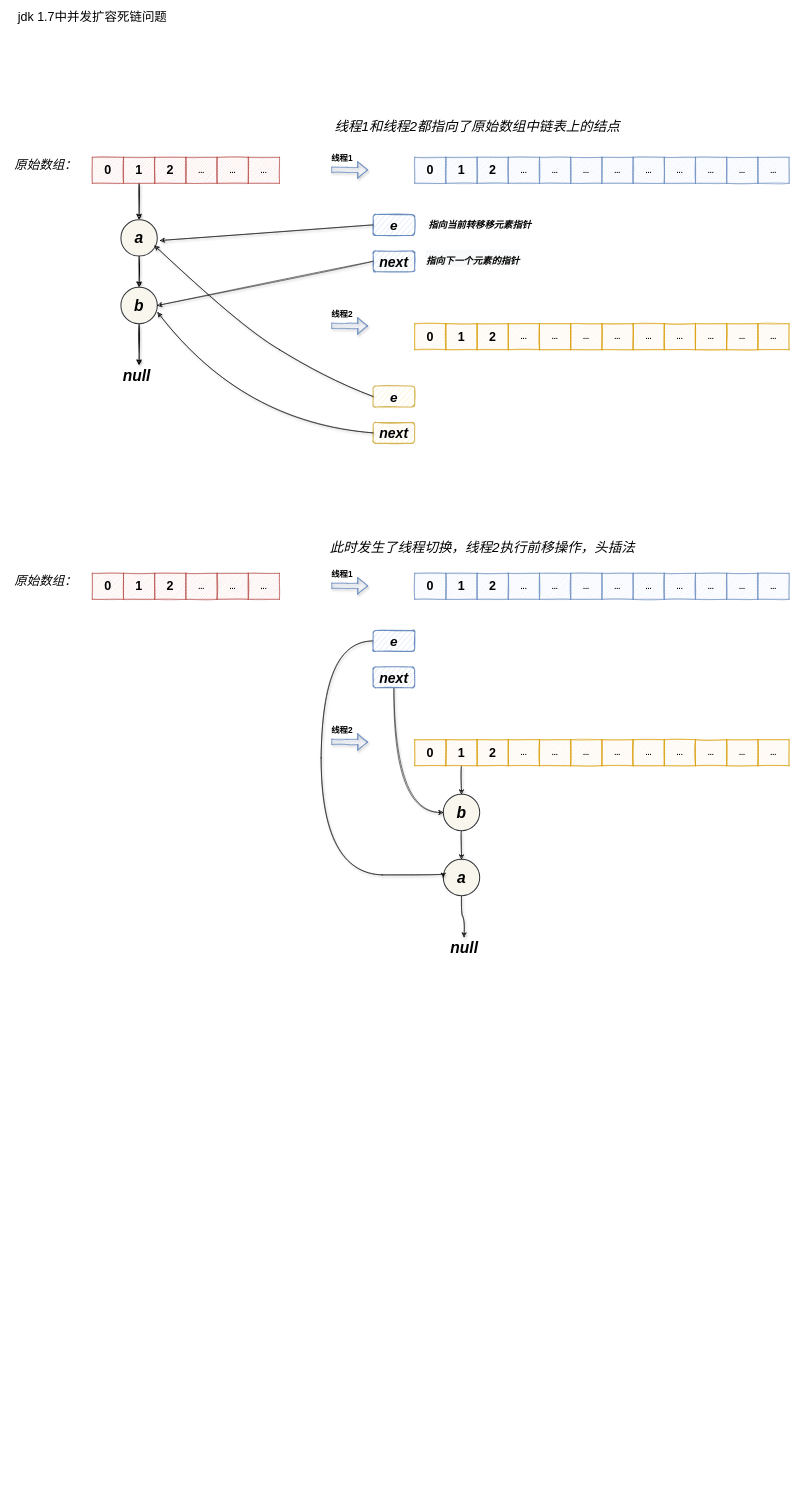
Above: HashMap扩容死链.drawio in Bukayoooo/Draws (draw.io), before the change. Source tidied: cells renumbered, new cells numbered last; positions are measured from the earlier drawing's top-left corner, leaving out a move shared by most shapes. Both pictures are drawn from the tidied source at 52%, with x=0, y=0 at pixel (9, 9).
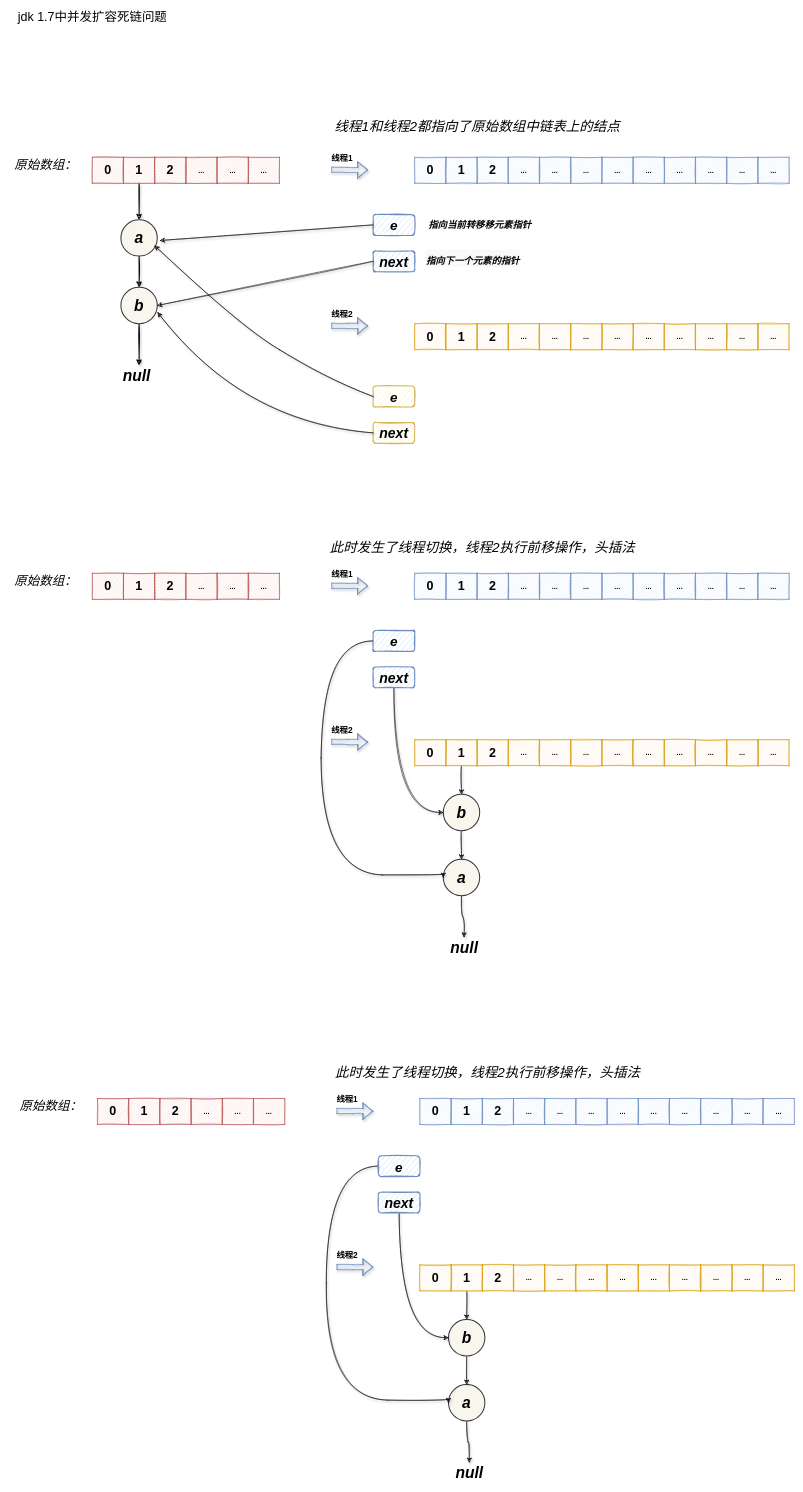
The same diagram, later.

What changed in the source:
```diff
@@
+    <mxCell id="101" value="&lt;font style=&quot;font-size: 24px;&quot;&gt;&lt;b style=&quot;&quot;&gt;0&lt;/b&gt;&lt;/font&gt;" style="rounded=0;whiteSpace=wrap;html=1;fillColor=#f8cecc;strokeColor=#b85450;shadow=0;sketch=1;" parent="1" vertex="1">
+      <mxGeometry x="170" y="2095" width="60" height="50" as="geometry" />
+    </mxCell>
+    <mxCell id="102" value="&lt;b style=&quot;&quot;&gt;&lt;font style=&quot;font-size: 24px;&quot;&gt;1&lt;/font&gt;&lt;/b&gt;" style="rounded=0;whiteSpace=wrap;html=1;fillColor=#f8cecc;strokeColor=#b85450;shadow=0;sketch=1;" parent="1" vertex="1">
+      <mxGeometry x="230" y="2095" width="60" height="50" as="geometry" />
+    </mxCell>
+    <mxCell id="103" value="&lt;b style=&quot;&quot;&gt;&lt;font style=&quot;font-size: 24px;&quot;&gt;2&lt;/font&gt;&lt;/b&gt;" style="rounded=0;whiteSpace=wrap;html=1;fillColor=#f8cecc;strokeColor=#b85450;shadow=0;sketch=1;" parent="1" vertex="1">
+      <mxGeometry x="290" y="2095" width="60" height="50" as="geometry" />
+    </mxCell>
+    <mxCell id="104" value="&lt;font style=&quot;font-size: 14px;&quot;&gt;&lt;b&gt;...&lt;/b&gt;&lt;/font&gt;" style="rounded=0;whiteSpace=wrap;html=1;fillColor=#f8cecc;strokeColor=#b85450;shadow=0;sketch=1;" parent="1" vertex="1">
+      <mxGeometry x="350" y="2095" width="60" height="50" as="geometry" />
+    </mxCell>
+    <mxCell id="105" value="&lt;b style=&quot;font-size: 14px;&quot;&gt;...&lt;/b&gt;" style="rounded=0;whiteSpace=wrap;html=1;fillColor=#f8cecc;strokeColor=#b85450;shadow=0;sketch=1;" parent="1" vertex="1">
+      <mxGeometry x="410" y="2095" width="60" height="50" as="geometry" />
+    </mxCell>
+    <mxCell id="106" value="&lt;b style=&quot;font-size: 14px;&quot;&gt;...&lt;/b&gt;" style="rounded=0;whiteSpace=wrap;html=1;fillColor=#f8cecc;strokeColor=#b85450;shadow=0;sketch=1;" parent="1" vertex="1">
+      <mxGeometry x="470" y="2095" width="60" height="50" as="geometry" />
+    </mxCell>
+    <mxCell id="107" value="&lt;i&gt;原始数组：&lt;/i&gt;" style="text;html=1;align=center;verticalAlign=middle;strokeColor=none;fillColor=none;fontSize=24;" parent="1" vertex="1">
+      <mxGeometry x="10" y="2095" width="140" height="30" as="geometry" />
+    </mxCell>
+    <mxCell id="108" value="&lt;font style=&quot;font-size: 24px;&quot;&gt;&lt;b style=&quot;&quot;&gt;0&lt;/b&gt;&lt;/font&gt;" style="rounded=0;whiteSpace=wrap;html=1;fillColor=#dae8fc;strokeColor=#6c8ebf;sketch=1;" parent="1" vertex="1">
+      <mxGeometry x="790" y="2095" width="60" height="50" as="geometry" />
+    </mxCell>
+    <mxCell id="109" value="&lt;b style=&quot;&quot;&gt;&lt;font style=&quot;font-size: 24px;&quot;&gt;1&lt;/font&gt;&lt;/b&gt;" style="rounded=0;whiteSpace=wrap;html=1;fillColor=#dae8fc;strokeColor=#6c8ebf;sketch=1;" parent="1" vertex="1">
+      <mxGeometry x="850" y="2095" width="60" height="50" as="geometry" />
+    </mxCell>
+    <mxCell id="110" value="&lt;b style=&quot;&quot;&gt;&lt;font style=&quot;font-size: 24px;&quot;&gt;2&lt;/font&gt;&lt;/b&gt;" style="rounded=0;whiteSpace=wrap;html=1;fillColor=#dae8fc;strokeColor=#6c8ebf;sketch=1;" parent="1" vertex="1">
+      <mxGeometry x="910" y="2095" width="60" height="50" as="geometry" />
+    </mxCell>
+    <mxCell id="111" value="&lt;font style=&quot;font-size: 14px;&quot;&gt;&lt;b&gt;...&lt;/b&gt;&lt;/font&gt;" style="rounded=0;whiteSpace=wrap;html=1;fillColor=#dae8fc;strokeColor=#6c8ebf;sketch=1;" parent="1" vertex="1">
+      <mxGeometry x="970" y="2095" width="60" height="50" as="geometry" />
+    </mxCell>
+    <mxCell id="112" value="&lt;b style=&quot;font-size: 14px;&quot;&gt;...&lt;/b&gt;" style="rounded=0;whiteSpace=wrap;html=1;fillColor=#dae8fc;strokeColor=#6c8ebf;sketch=1;" parent="1" vertex="1">
+      <mxGeometry x="1030" y="2095" width="60" height="50" as="geometry" />
+    </mxCell>
+    <mxCell id="113" value="&lt;b style=&quot;font-size: 14px;&quot;&gt;...&lt;/b&gt;" style="rounded=0;whiteSpace=wrap;html=1;fillColor=#dae8fc;strokeColor=#6c8ebf;sketch=1;" parent="1" vertex="1">
+      <mxGeometry x="1090" y="2095" width="60" height="50" as="geometry" />
+    </mxCell>
+    <mxCell id="114" value="&lt;font style=&quot;font-size: 14px;&quot;&gt;&lt;b&gt;...&lt;/b&gt;&lt;/font&gt;" style="rounded=0;whiteSpace=wrap;html=1;fillColor=#dae8fc;strokeColor=#6c8ebf;sketch=1;" parent="1" vertex="1">
+      <mxGeometry x="1150" y="2095" width="60" height="50" as="geometry" />
+    </mxCell>
+    <mxCell id="115" value="&lt;b style=&quot;font-size: 14px;&quot;&gt;...&lt;/b&gt;" style="rounded=0;whiteSpace=wrap;html=1;fillColor=#dae8fc;strokeColor=#6c8ebf;sketch=1;" parent="1" vertex="1">
+      <mxGeometry x="1210" y="2095" width="60" height="50" as="geometry" />
+    </mxCell>
+    <mxCell id="116" value="&lt;b style=&quot;font-size: 14px;&quot;&gt;...&lt;/b&gt;" style="rounded=0;whiteSpace=wrap;html=1;fillColor=#dae8fc;strokeColor=#6c8ebf;sketch=1;" parent="1" vertex="1">
+      <mxGeometry x="1270" y="2095" width="60" height="50" as="geometry" />
+    </mxCell>
+    <mxCell id="117" value="&lt;font style=&quot;font-size: 14px;&quot;&gt;&lt;b&gt;...&lt;/b&gt;&lt;/font&gt;" style="rounded=0;whiteSpace=wrap;html=1;fillColor=#dae8fc;strokeColor=#6c8ebf;sketch=1;" parent="1" vertex="1">
+      <mxGeometry x="1330" y="2095" width="60" height="50" as="geometry" />
+    </mxCell>
+    <mxCell id="118" value="&lt;b style=&quot;font-size: 14px;&quot;&gt;...&lt;/b&gt;" style="rounded=0;whiteSpace=wrap;html=1;fillColor=#dae8fc;strokeColor=#6c8ebf;sketch=1;" parent="1" vertex="1">
+      <mxGeometry x="1390" y="2095" width="60" height="50" as="geometry" />
+    </mxCell>
+    <mxCell id="119" value="&lt;b style=&quot;font-size: 14px;&quot;&gt;...&lt;/b&gt;" style="rounded=0;whiteSpace=wrap;html=1;fillColor=#dae8fc;strokeColor=#6c8ebf;sketch=1;" parent="1" vertex="1">
+      <mxGeometry x="1450" y="2095" width="60" height="50" as="geometry" />
+    </mxCell>
+    <mxCell id="120" value="&lt;font style=&quot;font-size: 24px;&quot;&gt;&lt;b style=&quot;&quot;&gt;0&lt;/b&gt;&lt;/font&gt;" style="rounded=0;whiteSpace=wrap;html=1;fillColor=#ffe6cc;strokeColor=#d79b00;sketch=1;" parent="1" vertex="1">
+      <mxGeometry x="790" y="2415" width="60" height="50" as="geometry" />
+    </mxCell>
+    <mxCell id="121" style="edgeStyle=orthogonalEdgeStyle;curved=1;rounded=0;sketch=1;jettySize=auto;html=1;shadow=1;fontSize=26;strokeWidth=1;elbow=vertical;" parent="1" edge="1" source="122" target="140">
+      <mxGeometry relative="1" as="geometry" />
+    </mxCell>
+    <mxCell id="122" value="&lt;b style=&quot;&quot;&gt;&lt;font style=&quot;font-size: 24px;&quot;&gt;1&lt;/font&gt;&lt;/b&gt;" style="rounded=0;whiteSpace=wrap;html=1;fillColor=#ffe6cc;strokeColor=#d79b00;sketch=1;" parent="1" vertex="1">
+      <mxGeometry x="850" y="2415" width="60" height="50" as="geometry" />
+    </mxCell>
+    <mxCell id="123" value="&lt;b style=&quot;&quot;&gt;&lt;font style=&quot;font-size: 24px;&quot;&gt;2&lt;/font&gt;&lt;/b&gt;" style="rounded=0;whiteSpace=wrap;html=1;fillColor=#ffe6cc;strokeColor=#d79b00;sketch=1;" parent="1" vertex="1">
+      <mxGeometry x="910" y="2415" width="60" height="50" as="geometry" />
+    </mxCell>
+    <mxCell id="124" value="&lt;font style=&quot;font-size: 14px;&quot;&gt;&lt;b&gt;...&lt;/b&gt;&lt;/font&gt;" style="rounded=0;whiteSpace=wrap;html=1;fillColor=#ffe6cc;strokeColor=#d79b00;sketch=1;" parent="1" vertex="1">
+      <mxGeometry x="970" y="2415" width="60" height="50" as="geometry" />
+    </mxCell>
+    <mxCell id="125" value="&lt;b style=&quot;font-size: 14px;&quot;&gt;...&lt;/b&gt;" style="rounded=0;whiteSpace=wrap;html=1;fillColor=#ffe6cc;strokeColor=#d79b00;sketch=1;" parent="1" vertex="1">
+      <mxGeometry x="1030" y="2415" width="60" height="50" as="geometry" />
+    </mxCell>
+    <mxCell id="126" value="&lt;b style=&quot;font-size: 14px;&quot;&gt;...&lt;/b&gt;" style="rounded=0;whiteSpace=wrap;html=1;fillColor=#ffe6cc;strokeColor=#d79b00;sketch=1;" parent="1" vertex="1">
+      <mxGeometry x="1090" y="2415" width="60" height="50" as="geometry" />
+    </mxCell>
+    <mxCell id="127" value="&lt;font style=&quot;font-size: 14px;&quot;&gt;&lt;b&gt;...&lt;/b&gt;&lt;/font&gt;" style="rounded=0;whiteSpace=wrap;html=1;fillColor=#ffe6cc;strokeColor=#d79b00;sketch=1;" parent="1" vertex="1">
+      <mxGeometry x="1150" y="2415" width="60" height="50" as="geometry" />
+    </mxCell>
+    <mxCell id="128" value="&lt;b style=&quot;font-size: 14px;&quot;&gt;...&lt;/b&gt;" style="rounded=0;whiteSpace=wrap;html=1;fillColor=#ffe6cc;strokeColor=#d79b00;sketch=1;" parent="1" vertex="1">
+      <mxGeometry x="1210" y="2415" width="60" height="50" as="geometry" />
+    </mxCell>
+    <mxCell id="129" value="&lt;b style=&quot;font-size: 14px;&quot;&gt;...&lt;/b&gt;" style="rounded=0;whiteSpace=wrap;html=1;fillColor=#ffe6cc;strokeColor=#d79b00;sketch=1;" parent="1" vertex="1">
+      <mxGeometry x="1270" y="2415" width="60" height="50" as="geometry" />
+    </mxCell>
+    <mxCell id="130" value="&lt;font style=&quot;font-size: 14px;&quot;&gt;&lt;b&gt;...&lt;/b&gt;&lt;/font&gt;" style="rounded=0;whiteSpace=wrap;html=1;fillColor=#ffe6cc;strokeColor=#d79b00;sketch=1;" parent="1" vertex="1">
+      <mxGeometry x="1330" y="2415" width="60" height="50" as="geometry" />
+    </mxCell>
+    <mxCell id="131" value="&lt;b style=&quot;font-size: 14px;&quot;&gt;...&lt;/b&gt;" style="rounded=0;whiteSpace=wrap;html=1;fillColor=#ffe6cc;strokeColor=#d79b00;sketch=1;" parent="1" vertex="1">
+      <mxGeometry x="1390" y="2415" width="60" height="50" as="geometry" />
+    </mxCell>
+    <mxCell id="132" value="&lt;b style=&quot;font-size: 14px;&quot;&gt;...&lt;/b&gt;" style="rounded=0;whiteSpace=wrap;html=1;fillColor=#ffe6cc;strokeColor=#d79b00;sketch=1;" parent="1" vertex="1">
+      <mxGeometry x="1450" y="2415" width="60" height="50" as="geometry" />
+    </mxCell>
+    <mxCell id="133" style="shape=flexArrow;endArrow=classic;html=1;rounded=0;fontSize=24;fillColor=#dae8fc;strokeColor=#6c8ebf;shadow=1;sketch=1;startArrow=none;" parent="1" edge="1">
+      <mxGeometry relative="1" as="geometry">
+        <mxPoint x="630" y="2119" as="sourcePoint" />
+        <mxPoint x="700" y="2119.3" as="targetPoint" />
+        <Array as="points">
+          <mxPoint x="660" y="2119.3" />
+        </Array>
+      </mxGeometry>
+    </mxCell>
+    <mxCell id="134" value="&lt;font style=&quot;font-size: 16px;&quot;&gt;&lt;b&gt;线程1&lt;/b&gt;&lt;/font&gt;" style="text;html=1;align=center;verticalAlign=middle;strokeColor=none;fillColor=none;fontSize=24;sketch=1;" parent="1" vertex="1">
+      <mxGeometry x="620" y="2075" width="60" height="40" as="geometry" />
+    </mxCell>
+    <mxCell id="135" style="shape=flexArrow;endArrow=classic;html=1;rounded=0;fontSize=24;fillColor=#dae8fc;strokeColor=#6c8ebf;shadow=1;sketch=1;startArrow=none;" parent="1" edge="1">
+      <mxGeometry relative="1" as="geometry">
+        <mxPoint x="630" y="2419" as="sourcePoint" />
+        <mxPoint x="700" y="2419.3" as="targetPoint" />
+        <Array as="points">
+          <mxPoint x="660" y="2419.3" />
+        </Array>
+      </mxGeometry>
+    </mxCell>
+    <mxCell id="136" value="&lt;font style=&quot;font-size: 16px;&quot;&gt;&lt;b&gt;线程2&lt;/b&gt;&lt;/font&gt;" style="text;html=1;align=center;verticalAlign=middle;strokeColor=none;fillColor=none;fontSize=24;sketch=1;" parent="1" vertex="1">
+      <mxGeometry x="620" y="2375" width="60" height="40" as="geometry" />
+    </mxCell>
+    <mxCell id="137" style="edgeStyle=orthogonalEdgeStyle;curved=1;rounded=0;sketch=1;jettySize=auto;html=1;shadow=1;fontSize=26;strokeWidth=1;elbow=vertical;" parent="1" edge="1" source="138" target="141">
+      <mxGeometry relative="1" as="geometry" />
+    </mxCell>
+    <mxCell id="138" value="&lt;font style=&quot;font-size: 30px;&quot;&gt;&lt;i&gt;&lt;b&gt;a&lt;/b&gt;&lt;/i&gt;&lt;/font&gt;" style="ellipse;whiteSpace=wrap;html=1;shadow=0;sketch=0;fontSize=16;fillColor=#f9f7ed;strokeWidth=2;strokeColor=#36393d;" parent="1" vertex="1">
+      <mxGeometry x="845" y="2645" width="70" height="70" as="geometry" />
+    </mxCell>
+    <mxCell id="139" style="edgeStyle=orthogonalEdgeStyle;curved=1;rounded=0;sketch=1;jettySize=auto;html=1;shadow=1;fontSize=26;strokeWidth=1;elbow=vertical;" parent="1" edge="1" source="140" target="138">
+      <mxGeometry relative="1" as="geometry" />
+    </mxCell>
+    <mxCell id="140" value="&lt;font style=&quot;font-size: 30px;&quot;&gt;&lt;i&gt;&lt;b&gt;b&lt;/b&gt;&lt;/i&gt;&lt;/font&gt;" style="ellipse;whiteSpace=wrap;html=1;shadow=0;sketch=0;fontSize=16;fillColor=#f9f7ed;strokeWidth=2;strokeColor=#36393d;" parent="1" vertex="1">
+      <mxGeometry x="845" y="2520" width="70" height="70" as="geometry" />
+    </mxCell>
+    <mxCell id="141" value="&lt;i&gt;&lt;b&gt;null&lt;/b&gt;&lt;/i&gt;" style="text;html=1;align=center;verticalAlign=middle;points=[];strokeColor=none;fillColor=none;fontSize=30;" parent="1" vertex="1">
+      <mxGeometry x="850" y="2795" width="70" height="40" as="geometry" />
+    </mxCell>
+    <mxCell id="142" style="edgeStyle=orthogonalEdgeStyle;curved=1;rounded=0;sketch=1;jettySize=auto;html=1;entryX=0;entryY=0.5;entryDx=0;entryDy=0;shadow=1;fontSize=26;strokeWidth=1;elbow=vertical;" parent="1" edge="1" source="143" target="138">
+      <mxGeometry relative="1" as="geometry">
+        <Array as="points">
+          <mxPoint x="610" y="2225" />
+          <mxPoint x="610" y="2675" />
+          <mxPoint x="845" y="2675" />
+        </Array>
+      </mxGeometry>
+    </mxCell>
+    <mxCell id="143" value="&lt;b&gt;&lt;i&gt;&lt;font style=&quot;font-size: 26px;&quot;&gt;e&lt;/font&gt;&lt;/i&gt;&lt;/b&gt;" style="rounded=1;whiteSpace=wrap;html=1;shadow=0;sketch=1;fontSize=30;strokeColor=#6c8ebf;strokeWidth=2;fillColor=#dae8fc;" parent="1" vertex="1">
+      <mxGeometry x="710" y="2205" width="80" height="40" as="geometry" />
+    </mxCell>
+    <mxCell id="144" style="edgeStyle=orthogonalEdgeStyle;curved=1;rounded=0;sketch=1;jettySize=auto;html=1;entryX=0;entryY=0.5;entryDx=0;entryDy=0;shadow=1;fontSize=26;strokeWidth=1;elbow=vertical;" parent="1" edge="1" source="145" target="140">
+      <mxGeometry relative="1" as="geometry">
+        <Array as="points">
+          <mxPoint x="750" y="2555" />
+        </Array>
+      </mxGeometry>
+    </mxCell>
+    <mxCell id="145" value="&lt;b&gt;&lt;i&gt;&lt;font style=&quot;font-size: 27px;&quot;&gt;next&lt;/font&gt;&lt;/i&gt;&lt;/b&gt;" style="rounded=1;whiteSpace=wrap;html=1;shadow=0;sketch=1;fontSize=30;strokeColor=#6c8ebf;strokeWidth=2;fillColor=#dae8fc;" parent="1" vertex="1">
+      <mxGeometry x="710" y="2275" width="80" height="40" as="geometry" />
+    </mxCell>
+    <mxCell id="146" value="&lt;i&gt;此时发生了线程切换，线程2执行前移操作，头插法&lt;/i&gt;" style="text;html=1;align=center;verticalAlign=middle;strokeColor=none;fillColor=none;fontSize=26;" parent="1" vertex="1">
+      <mxGeometry x="620" y="2025" width="600" height="40" as="geometry" />
+    </mxCell>
```
